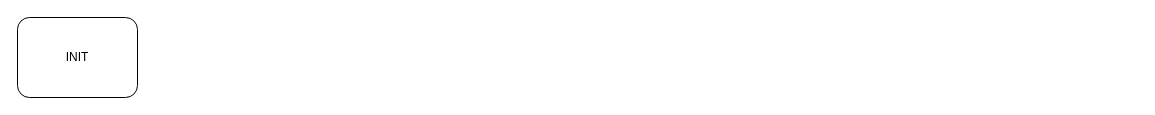
Before: Untitled Diagram.drawio in VgQ8Auk/VgQ8Auk, a draw.io diagram. Source tidied: cells renumbered, new cells numbered last; positions are measured from the earlier drawing's top-left corner, leaving out a move shared by most shapes. Both pictures are drawn from the tidied source at 100%, with x=0, y=0 at pixel (17, 17).
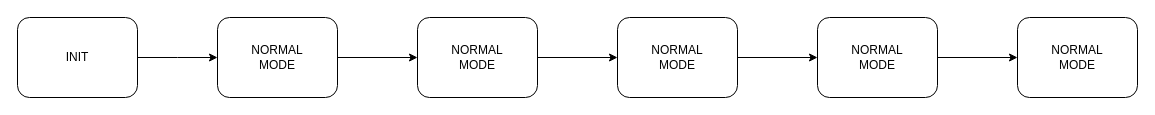
After the change.

Change to the diagram source:
```diff
@@
 <mxGraphModel>
   <root>
     <mxCell id="0" />
     <mxCell id="1" parent="0" />
+    <mxCell id="3" style="edgeStyle=orthogonalEdgeStyle;rounded=0;jettySize=auto;html=1;" parent="1" edge="1" source="2">
+      <mxGeometry relative="1" as="geometry">
+        <mxPoint x="200" y="40" as="targetPoint" />
+      </mxGeometry>
+    </mxCell>
     <mxCell id="2" value="INIT" style="rounded=1;whiteSpace=wrap;html=1;" parent="1" vertex="1">
       <mxGeometry width="120" height="80" as="geometry" />
     </mxCell>
+    <mxCell id="4" value="&lt;div&gt;NORMAL&lt;/div&gt;&lt;div&gt;MODE&lt;br&gt;&lt;/div&gt;" style="rounded=1;whiteSpace=wrap;html=1;" parent="1" vertex="1">
+      <mxGeometry x="200" width="120" height="80" as="geometry" />
+    </mxCell>
+    <mxCell id="5" style="edgeStyle=orthogonalEdgeStyle;rounded=0;orthogonalLoop=1;jettySize=auto;html=1;" parent="1" edge="1">
+      <mxGeometry relative="1" as="geometry">
+        <mxPoint x="320" y="40" as="sourcePoint" />
+        <mxPoint x="400" y="40" as="targetPoint" />
+      </mxGeometry>
+    </mxCell>
+    <mxCell id="6" value="&lt;div&gt;NORMAL&lt;/div&gt;&lt;div&gt;MODE&lt;br&gt;&lt;/div&gt;" style="rounded=1;whiteSpace=wrap;html=1;" parent="1" vertex="1">
+      <mxGeometry x="400" width="120" height="80" as="geometry" />
+    </mxCell>
+    <mxCell id="7" style="edgeStyle=orthogonalEdgeStyle;rounded=0;orthogonalLoop=1;jettySize=auto;html=1;" parent="1" edge="1">
+      <mxGeometry relative="1" as="geometry">
+        <mxPoint x="520" y="40" as="sourcePoint" />
+        <mxPoint x="600" y="40" as="targetPoint" />
+      </mxGeometry>
+    </mxCell>
+    <mxCell id="8" value="&lt;div&gt;NORMAL&lt;/div&gt;&lt;div&gt;MODE&lt;br&gt;&lt;/div&gt;" style="rounded=1;whiteSpace=wrap;html=1;" parent="1" vertex="1">
+      <mxGeometry x="600" width="120" height="80" as="geometry" />
+    </mxCell>
+    <mxCell id="9" style="edgeStyle=orthogonalEdgeStyle;rounded=0;orthogonalLoop=1;jettySize=auto;html=1;" parent="1" edge="1">
+      <mxGeometry relative="1" as="geometry">
+        <mxPoint x="720" y="40" as="sourcePoint" />
+        <mxPoint x="800" y="40" as="targetPoint" />
+      </mxGeometry>
+    </mxCell>
+    <mxCell id="10" value="&lt;div&gt;NORMAL&lt;/div&gt;&lt;div&gt;MODE&lt;br&gt;&lt;/div&gt;" style="rounded=1;whiteSpace=wrap;html=1;" parent="1" vertex="1">
+      <mxGeometry x="800" width="120" height="80" as="geometry" />
+    </mxCell>
+    <mxCell id="11" style="edgeStyle=orthogonalEdgeStyle;rounded=0;orthogonalLoop=1;jettySize=auto;html=1;" parent="1" edge="1">
+      <mxGeometry relative="1" as="geometry">
+        <mxPoint x="920" y="40" as="sourcePoint" />
+        <mxPoint x="1000" y="40" as="targetPoint" />
+      </mxGeometry>
+    </mxCell>
+    <mxCell id="12" value="&lt;div&gt;NORMAL&lt;/div&gt;&lt;div&gt;MODE&lt;br&gt;&lt;/div&gt;" style="rounded=1;whiteSpace=wrap;html=1;" parent="1" vertex="1">
+      <mxGeometry x="1000" width="120" height="80" as="geometry" />
+    </mxCell>
   </root>
 </mxGraphModel>
```
